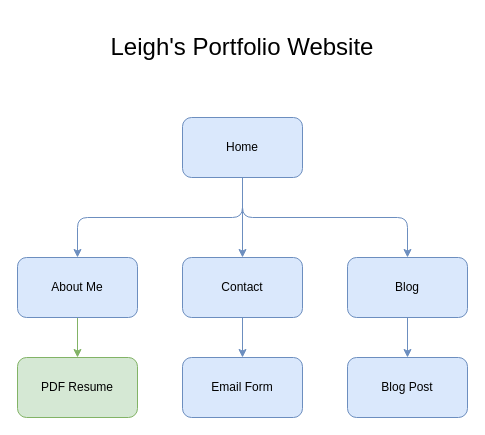
The draw.io diagram assets/sitemap/sitemap.drawio in leighpoulier/portfolio, before the edit. Source tidied: cells renumbered, new cells numbered last; positions are measured from the earlier drawing's top-left corner, leaving out a move shared by most shapes. Both pictures are drawn from the tidied source at 100%, with x=0, y=0 at pixel (17, 17).
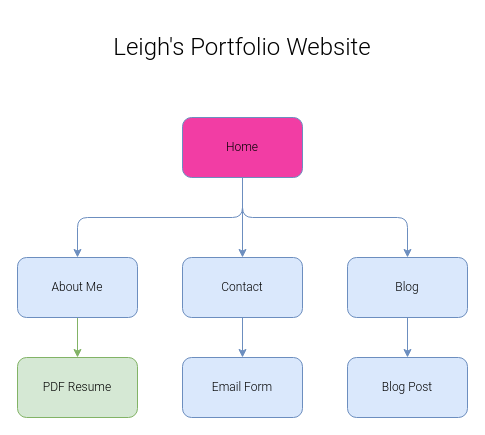
Above is the later version.

What changed in the source:
```diff
@@
 <mxGraphModel>
   <root>
     <mxCell id="0" />
     <mxCell id="1" parent="0" />
-    <mxCell id="2" value="Home" style="rounded=1;whiteSpace=wrap;html=1;fillColor=#dae8fc;strokeColor=#6c8ebf;" parent="1" vertex="1">
+    <mxCell id="2" value="Home" style="rounded=1;whiteSpace=wrap;html=1;strokeColor=#6c8ebf;fillColor=#F23DA4;fontFamily=Roboto Light;" parent="1" vertex="1">
       <mxGeometry x="165" y="100" width="120" height="60" as="geometry" />
     </mxCell>
-    <mxCell id="3" style="edgeStyle=orthogonalEdgeStyle;rounded=0;jettySize=auto;html=1;fillColor=#d5e8d4;strokeColor=#82b366;exitX=0.5;exitY=1;exitDx=0;exitDy=0;" parent="1" edge="1" source="4" target="15">
+    <mxCell id="3" style="edgeStyle=orthogonalEdgeStyle;rounded=0;jettySize=auto;html=1;fillColor=#d5e8d4;strokeColor=#82b366;exitX=0.5;exitY=1;exitDx=0;exitDy=0;fontFamily=Roboto Light;" parent="1" edge="1" source="4" target="15">
       <mxGeometry relative="1" as="geometry" />
     </mxCell>
-    <mxCell id="4" value="About Me" style="rounded=1;whiteSpace=wrap;html=1;fillColor=#dae8fc;strokeColor=#6c8ebf;" parent="1" vertex="1">
+    <mxCell id="4" value="About Me" style="rounded=1;whiteSpace=wrap;html=1;fillColor=#dae8fc;strokeColor=#6c8ebf;fontFamily=Roboto Light;" parent="1" vertex="1">
       <mxGeometry y="240" width="120" height="60" as="geometry" />
     </mxCell>
-    <mxCell id="5" style="endArrow=classic;html=1;exitX=0.5;exitY=1;exitDx=0;exitDy=0;entryX=0.5;entryY=0;entryDx=0;entryDy=0;fillColor=#dae8fc;strokeColor=#6c8ebf;" parent="1" edge="1" source="2" target="4">
+    <mxCell id="5" style="endArrow=classic;html=1;exitX=0.5;exitY=1;exitDx=0;exitDy=0;entryX=0.5;entryY=0;entryDx=0;entryDy=0;fillColor=#dae8fc;strokeColor=#6c8ebf;fontFamily=Roboto Light;" parent="1" edge="1" source="2" target="4">
       <mxGeometry relative="1" as="geometry">
         <Array as="points">
           <mxPoint x="225" y="200" />
           <mxPoint x="60" y="200" />
         </Array>
       </mxGeometry>
     </mxCell>
-    <mxCell id="6" style="edgeStyle=orthogonalEdgeStyle;rounded=0;jettySize=auto;html=1;fillColor=#dae8fc;strokeColor=#6c8ebf;" parent="1" edge="1" source="7" target="14">
+    <mxCell id="6" style="edgeStyle=orthogonalEdgeStyle;rounded=0;jettySize=auto;html=1;fillColor=#dae8fc;strokeColor=#6c8ebf;fontFamily=Roboto Light;" parent="1" edge="1" source="7" target="14">
       <mxGeometry relative="1" as="geometry" />
     </mxCell>
-    <mxCell id="7" value="Contact" style="rounded=1;whiteSpace=wrap;html=1;fillColor=#dae8fc;strokeColor=#6c8ebf;" parent="1" vertex="1">
+    <mxCell id="7" value="Contact" style="rounded=1;whiteSpace=wrap;html=1;fillColor=#dae8fc;strokeColor=#6c8ebf;fontFamily=Roboto Light;" parent="1" vertex="1">
       <mxGeometry x="165" y="240" width="120" height="60" as="geometry" />
     </mxCell>
-    <mxCell id="8" value="Blog" style="rounded=1;whiteSpace=wrap;html=1;fillColor=#dae8fc;strokeColor=#6c8ebf;" parent="1" vertex="1">
+    <mxCell id="8" value="Blog" style="rounded=1;whiteSpace=wrap;html=1;fillColor=#dae8fc;strokeColor=#6c8ebf;fontFamily=Roboto Light;" parent="1" vertex="1">
       <mxGeometry x="330" y="240" width="120" height="60" as="geometry" />
     </mxCell>
-    <mxCell id="9" style="endArrow=classic;html=1;exitX=0.5;exitY=1;exitDx=0;exitDy=0;entryX=0.5;entryY=0;entryDx=0;entryDy=0;fillColor=#dae8fc;strokeColor=#6c8ebf;" parent="1" edge="1" source="2" target="7">
+    <mxCell id="9" style="endArrow=classic;html=1;exitX=0.5;exitY=1;exitDx=0;exitDy=0;entryX=0.5;entryY=0;entryDx=0;entryDy=0;fillColor=#dae8fc;strokeColor=#6c8ebf;fontFamily=Roboto Light;" parent="1" edge="1" source="2" target="7">
       <mxGeometry relative="1" as="geometry" />
     </mxCell>
-    <mxCell id="10" style="endArrow=classic;html=1;exitX=0.5;exitY=1;exitDx=0;exitDy=0;entryX=0.5;entryY=0;entryDx=0;entryDy=0;fillColor=#dae8fc;strokeColor=#6c8ebf;" parent="1" edge="1" source="2" target="8">
+    <mxCell id="10" style="endArrow=classic;html=1;exitX=0.5;exitY=1;exitDx=0;exitDy=0;entryX=0.5;entryY=0;entryDx=0;entryDy=0;fillColor=#dae8fc;strokeColor=#6c8ebf;fontFamily=Roboto Light;" parent="1" edge="1" source="2" target="8">
       <mxGeometry relative="1" as="geometry">
         <Array as="points">
           <mxPoint x="225" y="200" />
           <mxPoint x="390" y="200" />
         </Array>
       </mxGeometry>
     </mxCell>
-    <mxCell id="11" value="Blog Post" style="rounded=1;whiteSpace=wrap;html=1;fillColor=#dae8fc;strokeColor=#6c8ebf;" parent="1" vertex="1">
+    <mxCell id="11" value="Blog Post" style="rounded=1;whiteSpace=wrap;html=1;fillColor=#dae8fc;strokeColor=#6c8ebf;fontFamily=Roboto Light;" parent="1" vertex="1">
       <mxGeometry x="330" y="340" width="120" height="60" as="geometry" />
     </mxCell>
-    <mxCell id="12" style="endArrow=classic;html=1;exitX=0.5;exitY=1;exitDx=0;exitDy=0;entryX=0.5;entryY=0;entryDx=0;entryDy=0;fillColor=#dae8fc;strokeColor=#6c8ebf;" parent="1" edge="1" source="8" target="11">
+    <mxCell id="12" style="endArrow=classic;html=1;exitX=0.5;exitY=1;exitDx=0;exitDy=0;entryX=0.5;entryY=0;entryDx=0;entryDy=0;fillColor=#dae8fc;strokeColor=#6c8ebf;fontFamily=Roboto Light;" parent="1" edge="1" source="8" target="11">
       <mxGeometry relative="1" as="geometry" />
     </mxCell>
-    <mxCell id="13" value="Leigh's Portfolio Website" style="text;html=1;align=center;verticalAlign=middle;whiteSpace=wrap;rounded=0;fontSize=24;" parent="1" vertex="1">
+    <mxCell id="13" value="Leigh's Portfolio Website" style="text;html=1;align=center;verticalAlign=middle;whiteSpace=wrap;rounded=0;fontSize=24;fontFamily=Roboto Light;" parent="1" vertex="1">
       <mxGeometry x="65" width="320" height="60" as="geometry" />
     </mxCell>
-    <mxCell id="14" value="Email Form" style="rounded=1;whiteSpace=wrap;html=1;fillColor=#dae8fc;strokeColor=#6c8ebf;" parent="1" vertex="1">
+    <mxCell id="14" value="Email Form" style="rounded=1;whiteSpace=wrap;html=1;fillColor=#dae8fc;strokeColor=#6c8ebf;fontFamily=Roboto Light;" parent="1" vertex="1">
       <mxGeometry x="165" y="340" width="120" height="60" as="geometry" />
     </mxCell>
-    <mxCell id="15" value="PDF Resume" style="rounded=1;whiteSpace=wrap;html=1;fillColor=#d5e8d4;strokeColor=#82b366;" parent="1" vertex="1">
+    <mxCell id="15" value="PDF Resume" style="rounded=1;whiteSpace=wrap;html=1;fillColor=#d5e8d4;strokeColor=#82b366;fontFamily=Roboto Light;" parent="1" vertex="1">
       <mxGeometry y="340" width="120" height="60" as="geometry" />
     </mxCell>
   </root>
 </mxGraphModel>
```
